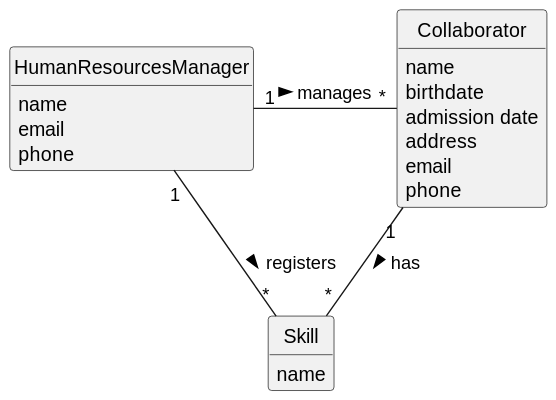
Earlier version of the PlantUML export docs/sprintA/us001/02.analysis/svg/us001-domain-model.svg (Departamento-de-Engenharia-Informatica/lei-24-s2-1dkl-g134).
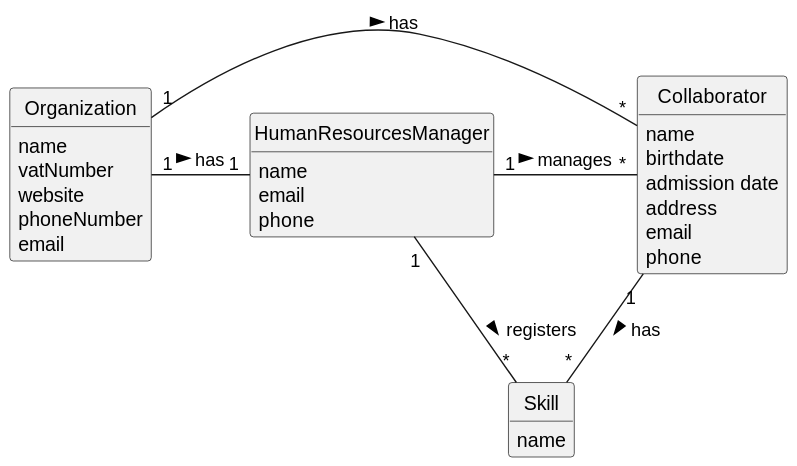
The same file after the commit.

Commit message:
added organization to us1 and us5 analysis

Diff of the diagram source:
```diff
@@ -8,6 +8,13 @@
 hide circle
 hide methods
 
+class Organization {
+    name
+    vatNumber
+    website
+    phoneNumber
+    email
+}
 
 class HumanResourcesManager {
     name
@@ -28,6 +35,8 @@
     name
 }
 
+Organization "1" - "1" HumanResourcesManager : has >
+Collaborator "*" - "1" Organization : has <
 HumanResourcesManager "1" - "*" Collaborator : manages >
 HumanResourcesManager "1" -- "*" Skill : registers >
 Collaborator "1" -- "*" Skill : has >
```
